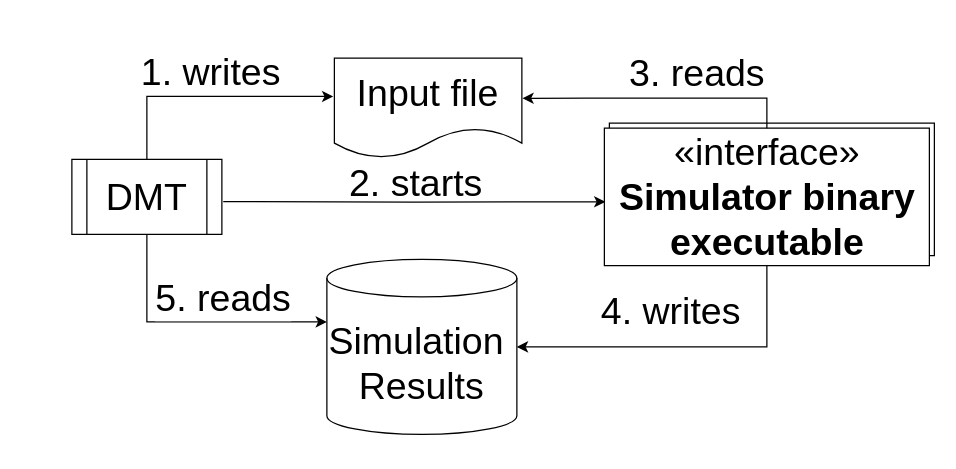
This is doc/public_release_paper/DMT-interface.drawio from semimod/DMT-core, a draw.io file, before an edit. Source tidied: cells renumbered, new cells numbered last; positions are measured from the earlier drawing's top-left corner, leaving out a move shared by most shapes. Both pictures are drawn from the tidied source at 125%, with x=0, y=0 at pixel (71, 58).
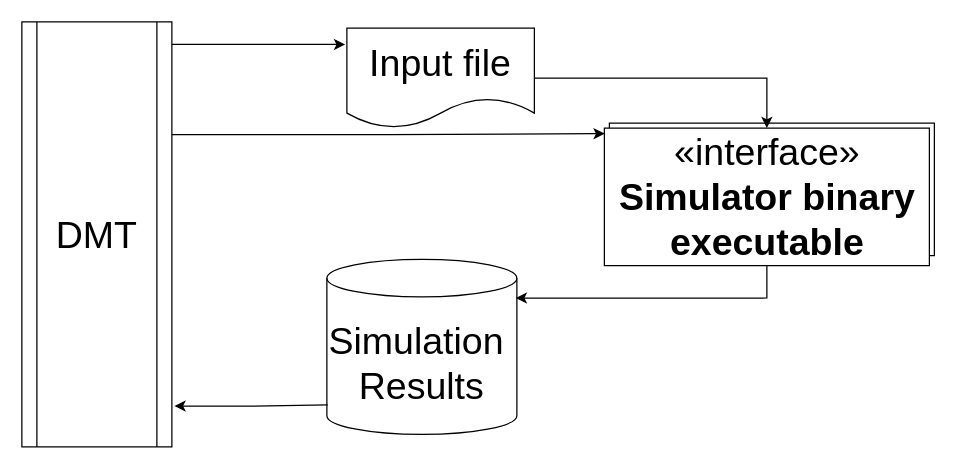
Above is the later version.

The change refers to these unchanged cells:
```xml
<mxCell id="3" value="«interface»&lt;br style=&quot;font-size: 30px;&quot;&gt;&lt;b style=&quot;font-size: 30px;&quot;&gt;Simulator binary&lt;br style=&quot;font-size: 30px;&quot;&gt;executable&lt;br style=&quot;font-size: 30px;&quot;&gt;&lt;/b&gt;" style="html=1;fontSize=30;" parent="1" vertex="1">
  <mxGeometry x="426" y="56" width="260" height="110" as="geometry" />
</mxCell>
<mxCell id="8" value="Simulation&amp;nbsp;&lt;br style=&quot;font-size: 30px;&quot;&gt;Results" style="shape=cylinder3;whiteSpace=wrap;html=1;boundedLbl=1;backgroundOutline=1;size=15;gradientDirection=radial;gradientColor=#C7C7C7;fillColor=none;fontSize=30;" parent="1" vertex="1">
  <mxGeometry x="204" y="161" width="152" height="140" as="geometry" />
</mxCell>
```

Change to the diagram source:
```diff
@@
     <mxCell id="4" value="DMT" style="shape=process;whiteSpace=wrap;html=1;backgroundOutline=1;fontSize=30;" parent="1" vertex="1">
-      <mxGeometry y="81" width="120" height="60" as="geometry" />
+      <mxGeometry x="-40" y="-29" width="120" height="340" as="geometry" />
     </mxCell>
     <mxCell id="5" value="Input file" style="shape=document;whiteSpace=wrap;html=1;boundedLbl=1;fontSize=30;" parent="1" vertex="1">
-      <mxGeometry x="210" width="150" height="80" as="geometry" />
+      <mxGeometry x="220" y="-24" width="150" height="80" as="geometry" />
     </mxCell>
-    <mxCell id="6" style="endArrow=classic;html=1;rounded=0;edgeStyle=orthogonalEdgeStyle;exitX=0.5;exitY=0;exitDx=0;exitDy=0;entryX=-0.006;entryY=0.383;entryDx=0;entryDy=0;entryPerimeter=0;fontSize=30;" parent="1" edge="1" source="4" target="5">
-      <mxGeometry relative="1" as="geometry" />
+    <mxCell id="6" style="endArrow=classic;html=1;rounded=0;edgeStyle=orthogonalEdgeStyle;entryX=-0.009;entryY=0.163;entryDx=0;entryDy=0;entryPerimeter=0;fontSize=30;" parent="1" edge="1" target="5">
+      <mxGeometry relative="1" as="geometry">
+        <mxPoint x="80" y="-11" as="sourcePoint" />
+        <Array as="points">
+          <mxPoint x="110" y="-11" />
+          <mxPoint x="110" y="-11" />
+        </Array>
+      </mxGeometry>
     </mxCell>
-    <mxCell id="7" value="1. writes" style="edgeLabel;html=1;align=center;verticalAlign=middle;labelBackgroundColor=none;fontSize=30;" parent="6" vertex="1">
-      <mxGeometry x="0.12" y="-12" relative="1" as="geometry">
-        <mxPoint x="-11" y="-32" as="offset" />
-      </mxGeometry>
-    </mxCell>
@@
-    <mxCell id="9" style="endArrow=classic;html=1;rounded=0;edgeStyle=orthogonalEdgeStyle;exitX=0.5;exitY=1;exitDx=0;exitDy=0;entryX=1;entryY=0.5;entryDx=0;entryDy=0;entryPerimeter=0;fontSize=30;" parent="1" edge="1" source="3" target="8">
+    <mxCell id="9" style="endArrow=classic;html=1;rounded=0;edgeStyle=orthogonalEdgeStyle;exitX=0.5;exitY=1;exitDx=0;exitDy=0;entryX=0.994;entryY=0.221;entryDx=0;entryDy=0;entryPerimeter=0;fontSize=30;" parent="1" edge="1" source="3" target="8">
       <mxGeometry relative="1" as="geometry" />
     </mxCell>
-    <mxCell id="10" value="4. writes" style="edgeLabel;html=1;align=center;verticalAlign=middle;fontSize=30;" parent="9" vertex="1">
-      <mxGeometry x="0.29" y="-19" relative="1" as="geometry">
-        <mxPoint x="28" y="-11" as="offset" />
-      </mxGeometry>
-    </mxCell>
-    <mxCell id="11" style="endArrow=classic;html=1;rounded=0;edgeStyle=orthogonalEdgeStyle;exitX=0.5;exitY=1;exitDx=0;exitDy=0;fontSize=30;" parent="1" edge="1" source="4" target="8">
-      <mxGeometry relative="1" as="geometry">
-        <Array as="points">
-          <mxPoint x="60" y="211" />
-        </Array>
-      </mxGeometry>
+    <mxCell id="11" style="endArrow=none;html=1;rounded=0;edgeStyle=orthogonalEdgeStyle;fontSize=30;exitX=1.017;exitY=0.904;exitDx=0;exitDy=0;exitPerimeter=0;entryX=0.005;entryY=0.832;entryDx=0;entryDy=0;entryPerimeter=0;startArrow=classic;startFill=1;endFill=0;" parent="1" edge="1" source="4" target="8">
+      <mxGeometry relative="1" as="geometry" />
     </mxCell>
-    <mxCell id="12" value="5. reads" style="edgeLabel;html=1;align=center;verticalAlign=middle;fontSize=30;" parent="11" vertex="1">
-      <mxGeometry x="-0.37" y="20" relative="1" as="geometry">
-        <mxPoint x="40" y="-17" as="offset" />
-      </mxGeometry>
-    </mxCell>
-    <mxCell id="13" style="endArrow=classic;html=1;rounded=0;edgeStyle=orthogonalEdgeStyle;exitX=1.009;exitY=0.579;exitDx=0;exitDy=0;exitPerimeter=0;fontSize=30;entryX=0.003;entryY=0.536;entryDx=0;entryDy=0;entryPerimeter=0;" parent="1" edge="1" target="3">
-      <mxGeometry relative="1" as="geometry">
-        <mxPoint x="121.1" y="114.7" as="sourcePoint" />
-      </mxGeometry>
+    <mxCell id="13" style="endArrow=classic;html=1;rounded=0;edgeStyle=orthogonalEdgeStyle;exitX=1;exitY=0.265;exitDx=0;exitDy=0;exitPerimeter=0;fontSize=30;entryX=0.001;entryY=0.04;entryDx=0;entryDy=0;entryPerimeter=0;" parent="1" edge="1" source="4" target="3">
+      <mxGeometry relative="1" as="geometry" />
     </mxCell>
-    <mxCell id="14" value="2. starts" style="edgeLabel;html=1;align=center;verticalAlign=middle;labelBackgroundColor=none;fontSize=30;" parent="13" vertex="1">
-      <mxGeometry x="0.1" y="-1" relative="1" as="geometry">
-        <mxPoint x="-14" y="-16" as="offset" />
-      </mxGeometry>
-    </mxCell>
-    <mxCell id="15" style="endArrow=classic;html=1;rounded=0;edgeStyle=orthogonalEdgeStyle;entryX=1.003;entryY=0.402;entryDx=0;entryDy=0;entryPerimeter=0;exitX=0.5;exitY=0;exitDx=0;exitDy=0;fontSize=30;" parent="1" edge="1" source="3" target="5">
-      <mxGeometry relative="1" as="geometry">
-        <Array as="points">
-          <mxPoint x="412" y="32" />
-          <mxPoint x="342" y="32" />
-        </Array>
-      </mxGeometry>
+    <mxCell id="15" style="endArrow=none;html=1;rounded=0;edgeStyle=orthogonalEdgeStyle;entryX=1;entryY=0.5;entryDx=0;entryDy=0;exitX=0.5;exitY=0;exitDx=0;exitDy=0;fontSize=30;strokeColor=default;startArrow=classic;startFill=1;endFill=0;" parent="1" edge="1" source="3" target="5">
+      <mxGeometry relative="1" as="geometry" />
     </mxCell>
-    <mxCell id="16" value="3. reads" style="edgeLabel;html=1;align=center;verticalAlign=middle;fontSize=30;" parent="15" vertex="1">
-      <mxGeometry x="-0.37" y="20" relative="1" as="geometry">
-        <mxPoint x="-12" y="-41" as="offset" />
-      </mxGeometry>
-    </mxCell>
```
